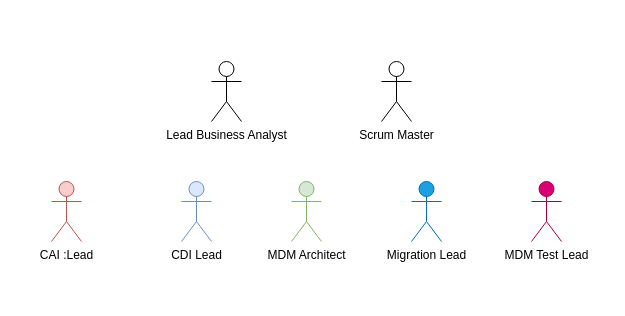
Above: Deloitte-Guild-Proposal.drawio in biswarup81/drawings (draw.io), before the change. Source tidied: cells renumbered, new cells numbered last; positions are measured from the earlier drawing's top-left corner, leaving out a move shared by most shapes. Both pictures are drawn from the tidied source at 100%, with x=0, y=0 at pixel (51, 61).
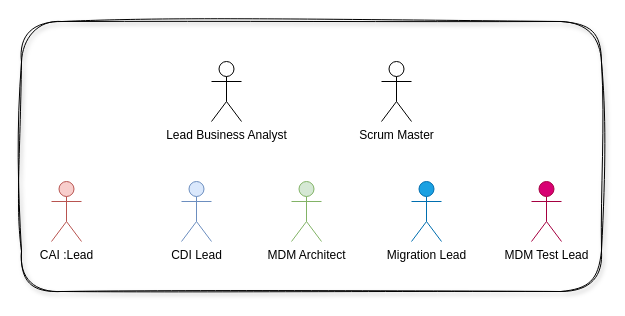
After the change.

Change to the diagram source:
```diff
@@
 <mxGraphModel>
   <root>
     <mxCell id="0" />
     <mxCell id="1" parent="0" />
     <mxCell id="2" value="CAI :Lead" style="shape=umlActor;verticalLabelPosition=bottom;verticalAlign=top;html=1;fillColor=#f8cecc;strokeColor=#b85450;" parent="1" vertex="1">
       <mxGeometry y="120" width="30" height="60" as="geometry" />
     </mxCell>
     <mxCell id="3" value="CDI Lead" style="shape=umlActor;verticalLabelPosition=bottom;verticalAlign=top;html=1;fillColor=#dae8fc;strokeColor=#6c8ebf;" parent="1" vertex="1">
       <mxGeometry x="130" y="120" width="30" height="60" as="geometry" />
     </mxCell>
     <mxCell id="4" value="MDM Architect" style="shape=umlActor;verticalLabelPosition=bottom;verticalAlign=top;html=1;fillColor=#d5e8d4;strokeColor=#82b366;" parent="1" vertex="1">
       <mxGeometry x="240" y="120" width="30" height="60" as="geometry" />
     </mxCell>
     <mxCell id="5" value="&lt;font color=&quot;#000000&quot;&gt;Migration Lead&lt;/font&gt;" style="shape=umlActor;verticalLabelPosition=bottom;verticalAlign=top;html=1;fillColor=#1ba1e2;fontColor=#ffffff;strokeColor=#006EAF;" parent="1" vertex="1">
       <mxGeometry x="360" y="120" width="30" height="60" as="geometry" />
     </mxCell>
     <mxCell id="6" value="&lt;font color=&quot;#000000&quot;&gt;MDM Test Lead&lt;/font&gt;" style="shape=umlActor;verticalLabelPosition=bottom;verticalAlign=top;html=1;fillColor=#d80073;fontColor=#ffffff;strokeColor=#A50040;" parent="1" vertex="1">
       <mxGeometry x="480" y="120" width="30" height="60" as="geometry" />
     </mxCell>
     <mxCell id="7" value="Lead Business Analyst" style="shape=umlActor;verticalLabelPosition=bottom;verticalAlign=top;html=1;" parent="1" vertex="1">
       <mxGeometry x="160" width="30" height="60" as="geometry" />
     </mxCell>
     <mxCell id="8" value="Scrum Master" style="shape=umlActor;verticalLabelPosition=bottom;verticalAlign=top;html=1;" parent="1" vertex="1">
       <mxGeometry x="330" width="30" height="60" as="geometry" />
     </mxCell>
+    <mxCell id="9" style="rounded=1;whiteSpace=wrap;html=1;fillColor=none;sketch=1;curveFitting=1;jiggle=2;shadow=1;glass=1;" parent="1" vertex="1">
+      <mxGeometry x="-30" y="-40" width="580" height="270" as="geometry" />
+    </mxCell>
   </root>
 </mxGraphModel>
```
